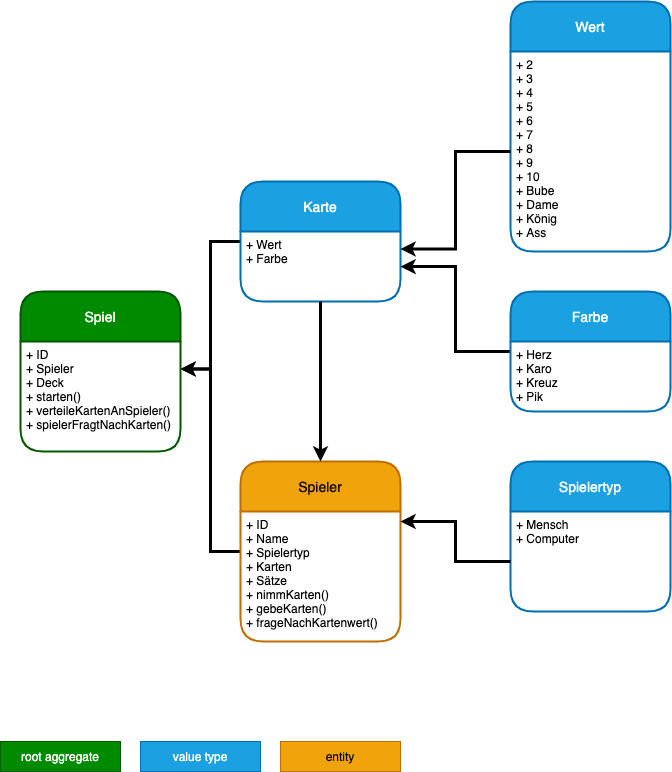
Above: documentation/domain-model.drawio.png in larsgilles/GoFishCore (draw.io), before the change. Source tidied: cells renumbered, new cells last; positions are measured from the earlier drawing's top-left corner, leaving out a move shared by most shapes.
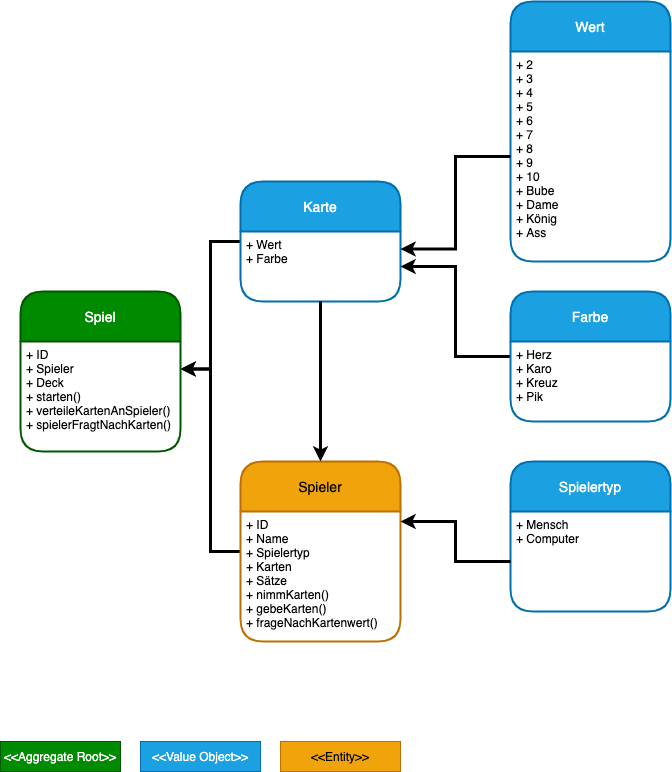
Above is the later version.

Change to the diagram source:
```diff
@@ -33,19 +33,19 @@
       <mxGeometry y="50" width="160" height="110" as="geometry" />
     </mxCell>
     <mxCell id="12" value="Wert" style="swimlane;horizontal=1;startSize=50;rounded=1;fontSize=14;fontStyle=0;strokeWidth=2;shadow=0;dashed=0;align=center;fillColor=#1ba1e2;strokeColor=#006EAF;fontColor=#ffffff;" parent="1" vertex="1">
-      <mxGeometry x="510" width="160" height="250" as="geometry" />
+      <mxGeometry x="510" width="160" height="260" as="geometry" />
     </mxCell>
     <mxCell id="13" value="+ 2&#10;+ 3&#10;+ 4&#10;+ 5&#10;+ 6&#10;+ 7&#10;+ 8&#10;+ 9&#10;+ 10&#10;+ Bube&#10;+ Dame&#10;+ König&#10;+ Ass" style="align=left;strokeColor=none;fillColor=none;spacingLeft=4;fontSize=12;verticalAlign=top;" parent="12" vertex="1">
-      <mxGeometry y="50" width="160" height="200" as="geometry" />
+      <mxGeometry y="50" width="160" height="210" as="geometry" />
     </mxCell>
     <mxCell id="14" style="edgeStyle=orthogonalEdgeStyle;rounded=0;jettySize=auto;html=1;strokeWidth=3;" parent="1" edge="1" source="15" target="4">
       <mxGeometry relative="1" as="geometry" />
     </mxCell>
     <mxCell id="15" value="Farbe" style="swimlane;horizontal=1;startSize=50;rounded=1;fontSize=14;fontStyle=0;strokeWidth=2;shadow=0;dashed=0;align=center;fillColor=#1ba1e2;strokeColor=#006EAF;fontColor=#ffffff;" parent="1" vertex="1">
-      <mxGeometry x="510" y="290" width="160" height="120" as="geometry" />
+      <mxGeometry x="510" y="290" width="160" height="130" as="geometry" />
     </mxCell>
     <mxCell id="16" value="+ Herz&#10;+ Karo&#10;+ Kreuz&#10;+ Pik" style="align=left;strokeColor=none;fillColor=none;spacingLeft=4;fontSize=12;verticalAlign=top;" parent="15" vertex="1">
-      <mxGeometry y="50" width="160" height="70" as="geometry" />
+      <mxGeometry y="50" width="160" height="80" as="geometry" />
     </mxCell>
     <mxCell id="17" style="edgeStyle=orthogonalEdgeStyle;rounded=0;jettySize=auto;html=1;strokeWidth=3;entryX=0.5;entryY=0;entryDx=0;entryDy=0;" parent="1" edge="1" source="4" target="6">
       <mxGeometry relative="1" as="geometry" />
@@ -58,13 +58,13 @@
         <mxPoint x="400" y="520" as="targetPoint" />
       </mxGeometry>
     </mxCell>
-    <mxCell id="20" value="root aggregate" style="rounded=0;whiteSpace=wrap;html=1;fillColor=#008a00;strokeColor=#005700;fontColor=#ffffff;" parent="1" vertex="1">
+    <mxCell id="20" value="&amp;lt;&amp;lt;Aggregate Root&amp;gt;&amp;gt;" style="rounded=0;whiteSpace=wrap;html=1;fillColor=#008a00;strokeColor=#005700;fontColor=#ffffff;" parent="1" vertex="1">
       <mxGeometry y="740" width="120" height="30" as="geometry" />
     </mxCell>
-    <mxCell id="21" value="value type" style="rounded=0;whiteSpace=wrap;html=1;fillColor=#1ba1e2;strokeColor=#006EAF;fontColor=#ffffff;" parent="1" vertex="1">
+    <mxCell id="21" value="&amp;lt;&amp;lt;Value Object&amp;gt;&amp;gt;" style="rounded=0;whiteSpace=wrap;html=1;fillColor=#1ba1e2;strokeColor=#006EAF;fontColor=#ffffff;" parent="1" vertex="1">
       <mxGeometry x="140" y="740" width="120" height="30" as="geometry" />
     </mxCell>
-    <mxCell id="22" value="entity" style="rounded=0;whiteSpace=wrap;html=1;fillColor=#f0a30a;strokeColor=#BD7000;fontColor=#000000;" parent="1" vertex="1">
+    <mxCell id="22" value="&amp;lt;&amp;lt;Entity&amp;gt;&amp;gt;" style="rounded=0;whiteSpace=wrap;html=1;fillColor=#f0a30a;strokeColor=#BD7000;fontColor=#000000;" parent="1" vertex="1">
       <mxGeometry x="280" y="740" width="120" height="30" as="geometry" />
     </mxCell>
   </root>
```
